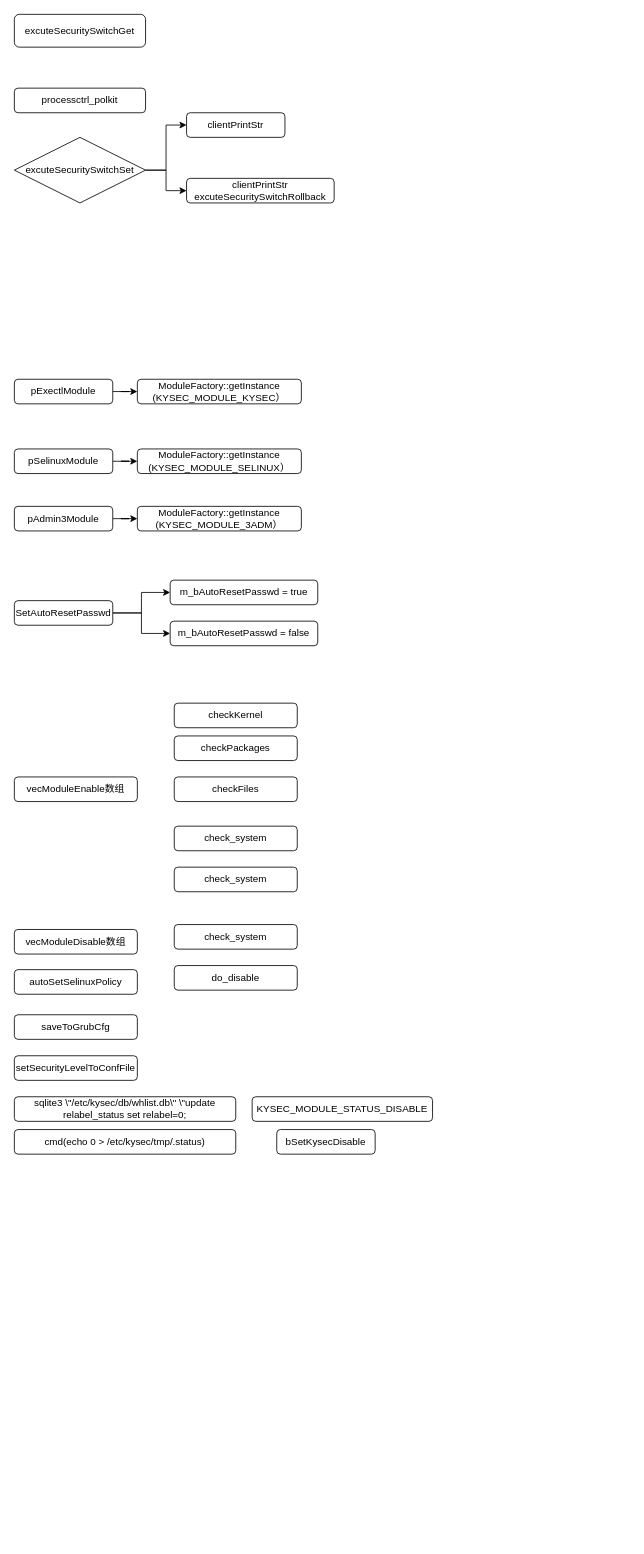
The draw.io diagram page "switch" (9 of 10) of 未命名绘图.drawio in HunterDuan/git, before the edit. Source tidied: cells renumbered, new cells numbered last; positions are measured from the earlier drawing's top-left corner, leaving out a move shared by most shapes. Both pictures are drawn from the tidied source at 82%, with x=0, y=0 at pixel (14, 14).
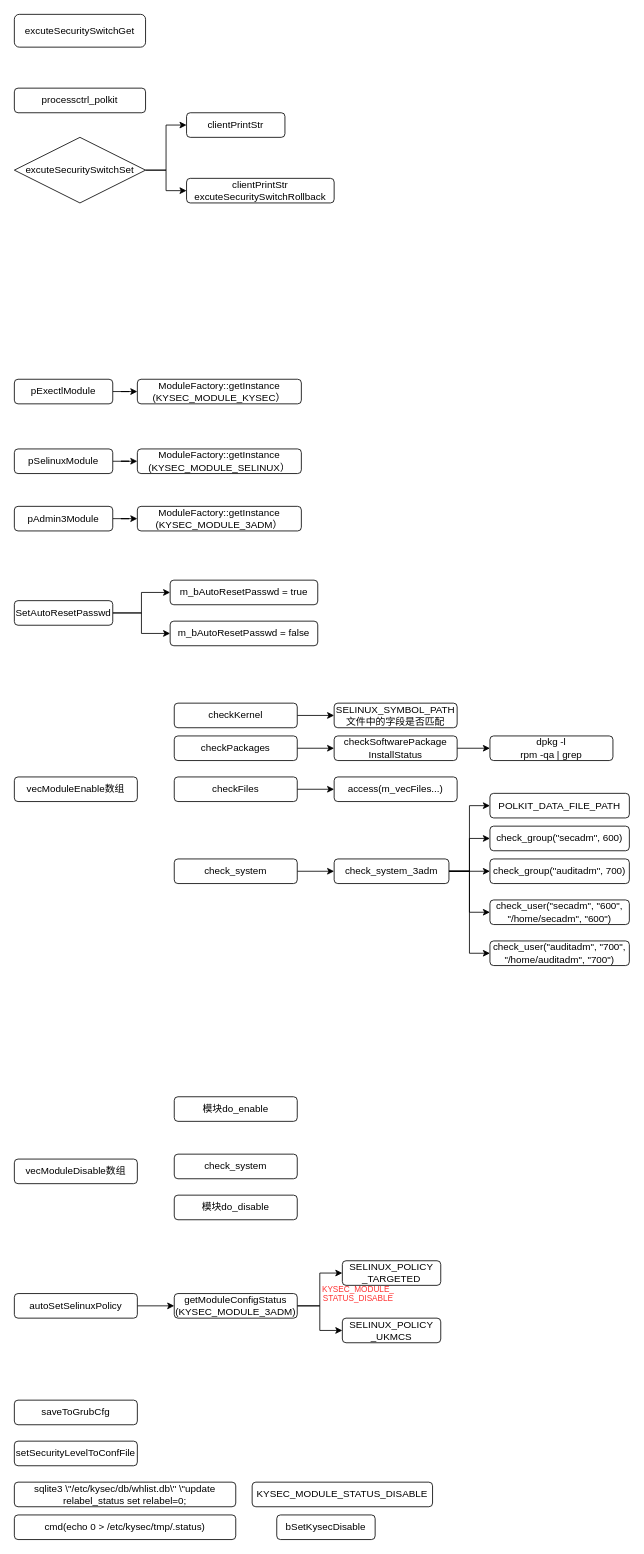
The same page after the edit.

The change refers to these unchanged cells:
```xml
<mxCell id="24" value="checkKernel" style="rounded=1;whiteSpace=wrap;html=1;" parent="1" vertex="1">
  <mxGeometry x="195" y="840" width="150" height="30" as="geometry" />
</mxCell>
<mxCell id="25" value="checkPackages" style="rounded=1;whiteSpace=wrap;html=1;" parent="1" vertex="1">
  <mxGeometry x="195" y="880" width="150" height="30" as="geometry" />
</mxCell>
<mxCell id="26" value="checkFiles" style="rounded=1;whiteSpace=wrap;html=1;" parent="1" vertex="1">
  <mxGeometry x="195" y="930" width="150" height="30" as="geometry" />
</mxCell>
```

What changed in the source:
```diff
@@
     <mxCell id="22" value="vecModuleDisable数组" style="rounded=1;whiteSpace=wrap;html=1;" parent="1" vertex="1">
-      <mxGeometry y="1116" width="150" height="30" as="geometry" />
+      <mxGeometry y="1396" width="150" height="30" as="geometry" />
     </mxCell>
+    <mxCell id="39" style="edgeStyle=orthogonalEdgeStyle;rounded=0;jettySize=auto;html=1;" parent="1" edge="1" source="23" target="46">
+      <mxGeometry relative="1" as="geometry" />
+    </mxCell>
     <mxCell id="23" value="autoSetSelinuxPolicy" style="rounded=1;whiteSpace=wrap;html=1;" parent="1" vertex="1">
-      <mxGeometry y="1165" width="150" height="30" as="geometry" />
+      <mxGeometry y="1560" width="150" height="30" as="geometry" />
     </mxCell>
+    <mxCell id="40" style="edgeStyle=orthogonalEdgeStyle;rounded=0;jettySize=auto;html=1;" parent="1" edge="1" source="24" target="50">
+      <mxGeometry relative="1" as="geometry" />
+    </mxCell>
@@
+    <mxCell id="41" style="edgeStyle=orthogonalEdgeStyle;rounded=0;jettySize=auto;html=1;" parent="1" edge="1" source="25" target="52">
+      <mxGeometry relative="1" as="geometry" />
+    </mxCell>
@@
+    <mxCell id="42" style="edgeStyle=orthogonalEdgeStyle;rounded=0;jettySize=auto;html=1;" parent="1" edge="1" source="26" target="54">
+      <mxGeometry relative="1" as="geometry" />
+    </mxCell>
@@
+    <mxCell id="43" style="edgeStyle=orthogonalEdgeStyle;rounded=0;jettySize=auto;html=1;" parent="1" edge="1" source="27" target="60">
+      <mxGeometry relative="1" as="geometry" />
+    </mxCell>
     <mxCell id="27" value="check_system" style="rounded=1;whiteSpace=wrap;html=1;" parent="1" vertex="1">
-      <mxGeometry x="195" y="990" width="150" height="30" as="geometry" />
+      <mxGeometry x="195" y="1030" width="150" height="30" as="geometry" />
     </mxCell>
-    <mxCell id="28" value="check_system" style="rounded=1;whiteSpace=wrap;html=1;" parent="1" vertex="1">
-      <mxGeometry x="195" y="1040" width="150" height="30" as="geometry" />
+    <mxCell id="28" value="模块do_enable" style="rounded=1;whiteSpace=wrap;html=1;" parent="1" vertex="1">
+      <mxGeometry x="195" y="1320" width="150" height="30" as="geometry" />
     </mxCell>
     <mxCell id="29" value="check_system" style="rounded=1;whiteSpace=wrap;html=1;" parent="1" vertex="1">
-      <mxGeometry x="195" y="1110" width="150" height="30" as="geometry" />
+      <mxGeometry x="195" y="1390" width="150" height="30" as="geometry" />
     </mxCell>
-    <mxCell id="30" value="do_disable" style="rounded=1;whiteSpace=wrap;html=1;" parent="1" vertex="1">
-      <mxGeometry x="195" y="1160" width="150" height="30" as="geometry" />
+    <mxCell id="30" value="模块do_disable" style="rounded=1;whiteSpace=wrap;html=1;" parent="1" vertex="1">
+      <mxGeometry x="195" y="1440" width="150" height="30" as="geometry" />
     </mxCell>
     <mxCell id="31" value="saveToGrubCfg" style="rounded=1;whiteSpace=wrap;html=1;" parent="1" vertex="1">
-      <mxGeometry y="1220" width="150" height="30" as="geometry" />
+      <mxGeometry y="1690" width="150" height="30" as="geometry" />
     </mxCell>
     <mxCell id="32" value="setSecurityLevelToConfFile" style="rounded=1;whiteSpace=wrap;html=1;" parent="1" vertex="1">
-      <mxGeometry y="1270" width="150" height="30" as="geometry" />
+      <mxGeometry y="1740" width="150" height="30" as="geometry" />
     </mxCell>
     <mxCell id="33" value="sqlite3 \&quot;/etc/kysec/db/whlist.db\&quot; \&quot;update relabel_status set relabel=0;" style="rounded=1;whiteSpace=wrap;html=1;" parent="1" vertex="1">
-      <mxGeometry y="1320" width="270" height="30" as="geometry" />
+      <mxGeometry y="1790" width="270" height="30" as="geometry" />
     </mxCell>
     <mxCell id="34" value="cmd(echo 0 &amp;gt; /etc/kysec/tmp/.status)" style="rounded=1;whiteSpace=wrap;html=1;" parent="1" vertex="1">
-      <mxGeometry y="1360" width="270" height="30" as="geometry" />
+      <mxGeometry y="1830" width="270" height="30" as="geometry" />
     </mxCell>
     <mxCell id="35" value="bSetKysecDisable" style="rounded=1;whiteSpace=wrap;html=1;" parent="1" vertex="1">
-      <mxGeometry x="320" y="1360" width="120" height="30" as="geometry" />
+      <mxGeometry x="320" y="1830" width="120" height="30" as="geometry" />
     </mxCell>
     <mxCell id="36" value="KYSEC_MODULE_STATUS_DISABLE" style="rounded=1;whiteSpace=wrap;html=1;" parent="1" vertex="1">
-      <mxGeometry x="290" y="1320" width="220" height="30" as="geometry" />
+      <mxGeometry x="290" y="1790" width="220" height="30" as="geometry" />
     </mxCell>
@@
+    <mxCell id="44" style="edgeStyle=orthogonalEdgeStyle;rounded=0;jettySize=auto;html=1;entryX=0;entryY=0.5;entryDx=0;entryDy=0;" parent="1" edge="1" source="46" target="47">
+      <mxGeometry relative="1" as="geometry" />
+    </mxCell>
+    <mxCell id="45" style="edgeStyle=orthogonalEdgeStyle;rounded=0;jettySize=auto;html=1;entryX=0;entryY=0.5;entryDx=0;entryDy=0;" parent="1" edge="1" source="46" target="48">
+      <mxGeometry relative="1" as="geometry" />
+    </mxCell>
+    <mxCell id="46" value="&lt;div&gt;getModuleConfigStatus&lt;/div&gt;&lt;div&gt;(KYSEC_MODULE_3ADM)&lt;/div&gt;" style="rounded=1;whiteSpace=wrap;html=1;" parent="1" vertex="1">
+      <mxGeometry x="195" y="1560" width="150" height="30" as="geometry" />
+    </mxCell>
+    <mxCell id="47" value="&lt;div&gt;SELINUX_POLICY&lt;/div&gt;&lt;div&gt;_TARGETED&lt;/div&gt;" style="rounded=1;whiteSpace=wrap;html=1;" parent="1" vertex="1">
+      <mxGeometry x="400" y="1520" width="120" height="30" as="geometry" />
+    </mxCell>
+    <mxCell id="48" value="&lt;div&gt;SELINUX_POLICY&lt;/div&gt;&lt;div&gt;_UKMCS&lt;/div&gt;" style="rounded=1;whiteSpace=wrap;html=1;" parent="1" vertex="1">
+      <mxGeometry x="400" y="1590" width="120" height="30" as="geometry" />
+    </mxCell>
+    <mxCell id="49" value="&lt;div style=&quot;font-size: 10px;&quot;&gt;&lt;font style=&quot;font-size: 10px;&quot; color=&quot;#FF3333&quot;&gt;KYSEC_MODULE_&lt;/font&gt;&lt;/div&gt;&lt;div style=&quot;font-size: 10px;&quot;&gt;&lt;font style=&quot;font-size: 10px;&quot; color=&quot;#FF3333&quot;&gt;STATUS_DISABLE&lt;/font&gt;&lt;/div&gt;" style="text;html=1;align=center;verticalAlign=middle;strokeColor=none;fillColor=none;" parent="1" vertex="1">
+      <mxGeometry x="364" y="1540" width="110" height="40" as="geometry" />
+    </mxCell>
+    <mxCell id="50" value="&lt;div&gt;SELINUX_SYMBOL_PATH文件中的字段是否匹配&lt;/div&gt;" style="whiteSpace=wrap;html=1;rounded=1;" parent="1" vertex="1">
+      <mxGeometry x="390" y="840" width="150" height="30" as="geometry" />
+    </mxCell>
+    <mxCell id="51" style="edgeStyle=orthogonalEdgeStyle;rounded=0;jettySize=auto;html=1;" parent="1" edge="1" source="52" target="53">
+      <mxGeometry relative="1" as="geometry" />
+    </mxCell>
+    <mxCell id="52" value="&lt;div&gt;checkSoftwarePackage&lt;/div&gt;&lt;div&gt;InstallStatus&lt;/div&gt;" style="rounded=1;whiteSpace=wrap;html=1;" parent="1" vertex="1">
+      <mxGeometry x="390" y="880" width="150" height="30" as="geometry" />
+    </mxCell>
+    <mxCell id="53" value="&lt;div&gt;dpkg -l&lt;/div&gt;&lt;div&gt;rpm -qa | grep&lt;/div&gt;" style="rounded=1;whiteSpace=wrap;html=1;" parent="1" vertex="1">
+      <mxGeometry x="580" y="880" width="150" height="30" as="geometry" />
+    </mxCell>
+    <mxCell id="54" value="access(m_vecFiles...)" style="rounded=1;whiteSpace=wrap;html=1;" parent="1" vertex="1">
+      <mxGeometry x="390" y="930" width="150" height="30" as="geometry" />
+    </mxCell>
+    <mxCell id="55" style="edgeStyle=orthogonalEdgeStyle;rounded=0;jettySize=auto;html=1;entryX=0;entryY=0.5;entryDx=0;entryDy=0;" parent="1" edge="1" source="60" target="61">
+      <mxGeometry relative="1" as="geometry" />
+    </mxCell>
+    <mxCell id="56" style="edgeStyle=orthogonalEdgeStyle;rounded=0;jettySize=auto;html=1;entryX=0;entryY=0.5;entryDx=0;entryDy=0;" parent="1" edge="1" source="60" target="62">
+      <mxGeometry relative="1" as="geometry" />
+    </mxCell>
+    <mxCell id="57" style="edgeStyle=orthogonalEdgeStyle;rounded=0;jettySize=auto;html=1;entryX=0;entryY=0.5;entryDx=0;entryDy=0;" parent="1" edge="1" source="60" target="63">
+      <mxGeometry relative="1" as="geometry" />
+    </mxCell>
+    <mxCell id="58" style="edgeStyle=orthogonalEdgeStyle;rounded=0;jettySize=auto;html=1;entryX=0;entryY=0.5;entryDx=0;entryDy=0;" parent="1" edge="1" source="60" target="64">
+      <mxGeometry relative="1" as="geometry" />
+    </mxCell>
+    <mxCell id="59" style="edgeStyle=orthogonalEdgeStyle;rounded=0;jettySize=auto;html=1;entryX=0;entryY=0.5;entryDx=0;entryDy=0;" parent="1" edge="1" source="60" target="65">
+      <mxGeometry relative="1" as="geometry" />
+    </mxCell>
+    <mxCell id="60" value="check_system_3adm" style="rounded=1;whiteSpace=wrap;html=1;" parent="1" vertex="1">
+      <mxGeometry x="390" y="1030" width="140" height="30" as="geometry" />
+    </mxCell>
+    <mxCell id="61" value="POLKIT_DATA_FILE_PATH" style="rounded=1;whiteSpace=wrap;html=1;" parent="1" vertex="1">
+      <mxGeometry x="580" y="950" width="170" height="30" as="geometry" />
+    </mxCell>
+    <mxCell id="62" value="check_group(&quot;secadm&quot;, 600)" style="rounded=1;whiteSpace=wrap;html=1;" parent="1" vertex="1">
+      <mxGeometry x="580" y="990" width="170" height="30" as="geometry" />
+    </mxCell>
+    <mxCell id="63" value="check_group(&quot;auditadm&quot;, 700)" style="rounded=1;whiteSpace=wrap;html=1;" parent="1" vertex="1">
+      <mxGeometry x="580" y="1030" width="170" height="30" as="geometry" />
+    </mxCell>
+    <mxCell id="64" value="check_user(&quot;secadm&quot;, &quot;600&quot;, &quot;/home/secadm&quot;, &quot;600&quot;)" style="rounded=1;whiteSpace=wrap;html=1;" parent="1" vertex="1">
+      <mxGeometry x="580" y="1080" width="170" height="30" as="geometry" />
+    </mxCell>
+    <mxCell id="65" value="check_user(&quot;auditadm&quot;, &quot;700&quot;, &quot;/home/auditadm&quot;, &quot;700&quot;)" style="rounded=1;whiteSpace=wrap;html=1;" parent="1" vertex="1">
+      <mxGeometry x="580" y="1130" width="170" height="30" as="geometry" />
+    </mxCell>
```
